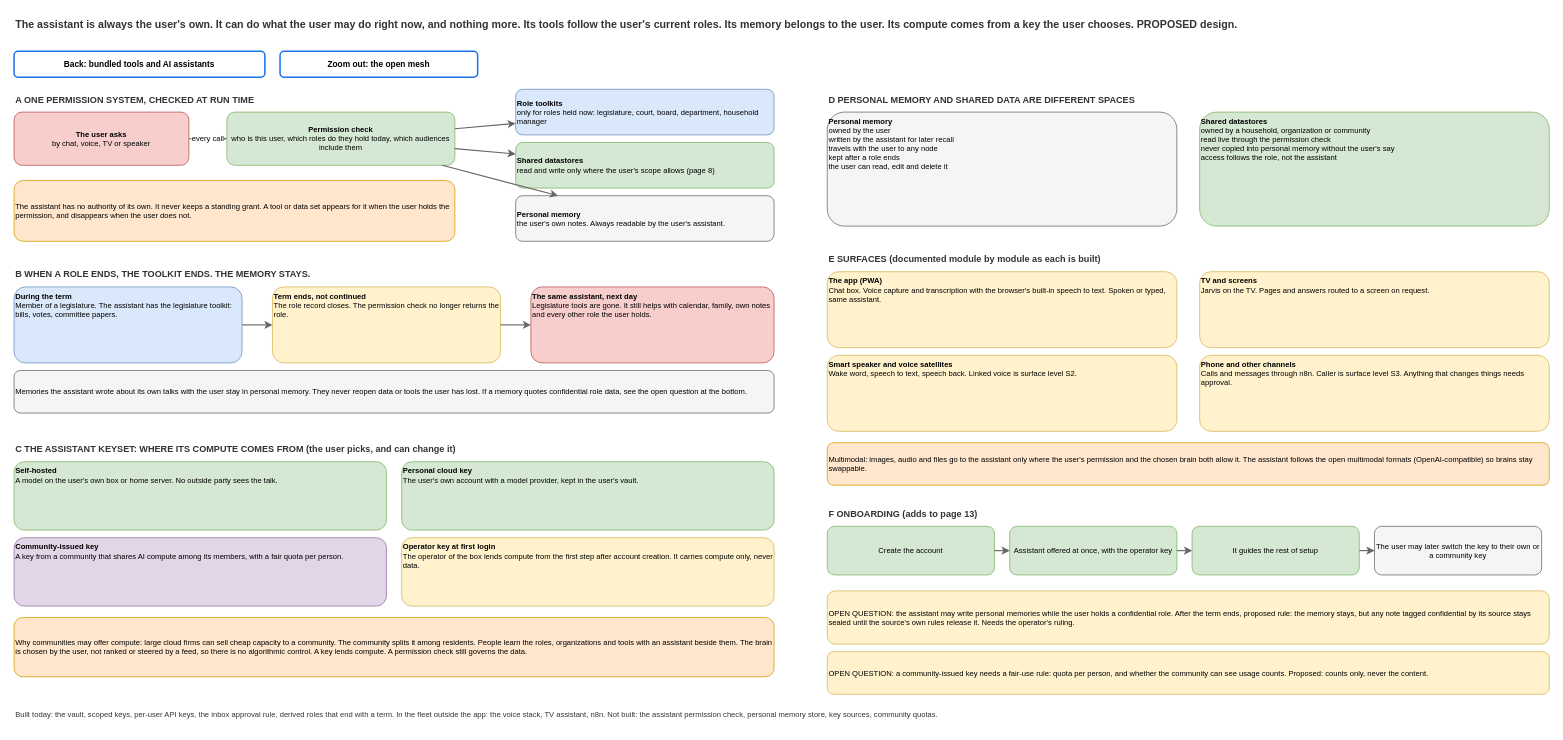
CosmopolitanCoalition/fair-constitution-app keeps this draw.io diagram as page "15 The personal assistant" (15 of 15) of docs/architecture/NODE_MESH_AND_DATA_SHARING.drawio. Above is the earlier version. Source tidied: cells renumbered, new cells numbered last; positions are measured from the earlier drawing's top-left corner, leaving out a move shared by most shapes. Both pictures are drawn from the tidied source at 76%, with x=0, y=0 at pixel (14, 13).
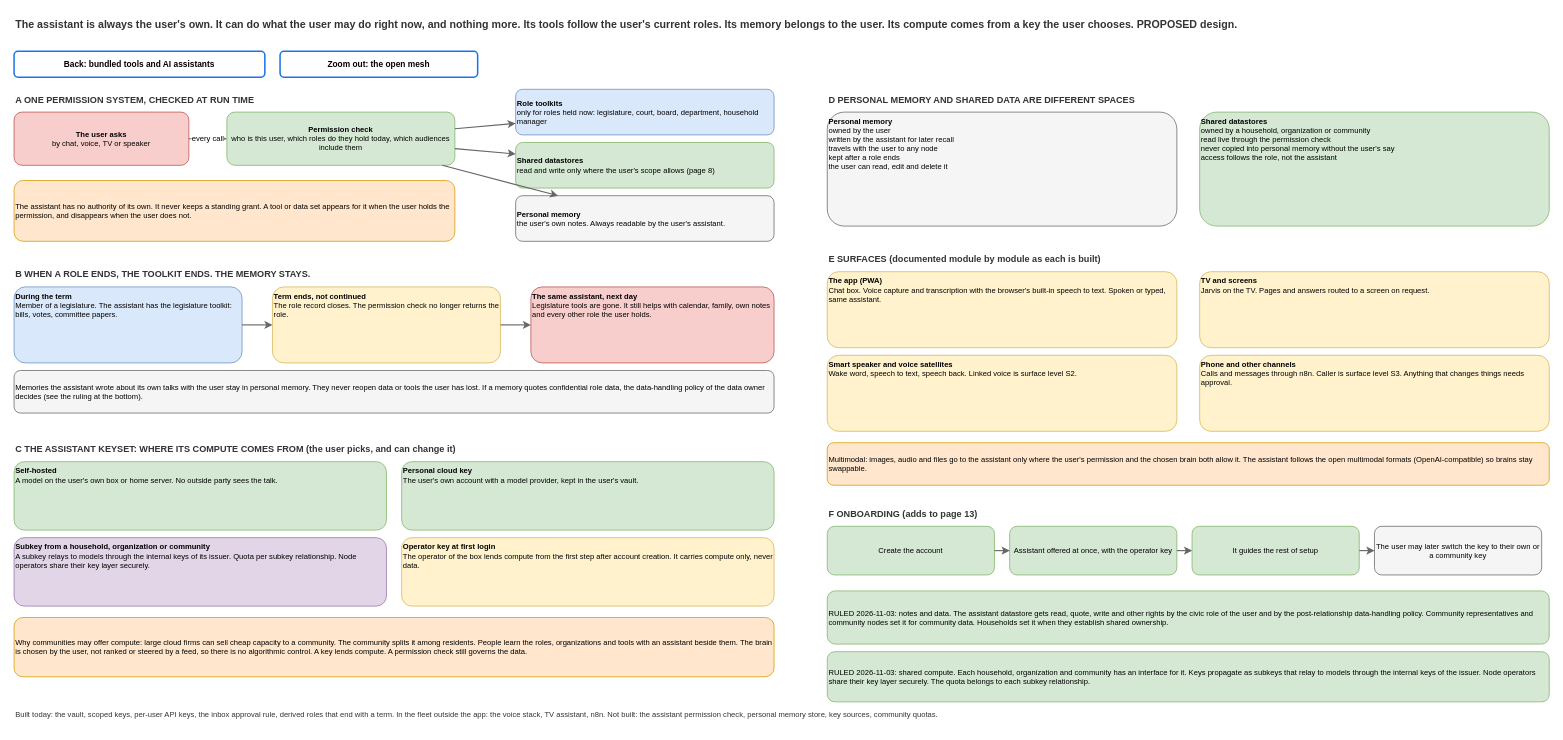
The same diagram, later.

Commit message (it also covers changes not shown here):
Record the two assistant rulings: permissions by civic role and owner policy; subkey sharing with per-subkey quota

The edit, as a diff of the source:
```diff
@@
-    <mxCell id="22" value="Memories the assistant wrote about its own talks with the user stay in personal memory. They never reopen data or tools the user has lost. If a memory quotes confidential role data, see the open question at the bottom." style="rounded=1;whiteSpace=wrap;html=1;fillColor=#f5f5f5;strokeColor=#666666;fontSize=10;align=left;verticalAlign=middle;" parent="1" vertex="1">
+    <mxCell id="22" value="Memories the assistant wrote about its own talks with the user stay in personal memory. They never reopen data or tools the user has lost. If a memory quotes confidential role data, the data-handling policy of the data owner decides (see the ruling at the bottom)." style="rounded=1;whiteSpace=wrap;html=1;fillColor=#f5f5f5;strokeColor=#666666;fontSize=10;align=left;verticalAlign=middle;" parent="1" vertex="1">
       <mxGeometry y="470" width="1000" height="56" as="geometry" />
     </mxCell>
@@
-    <mxCell id="26" value="&lt;b&gt;Community-issued key&lt;/b&gt;&lt;br&gt;A key from a community that shares AI compute among its members, with a fair quota per person." style="rounded=1;whiteSpace=wrap;html=1;fillColor=#e1d5e7;strokeColor=#9673a6;fontSize=10;align=left;verticalAlign=top;" parent="1" vertex="1">
+    <mxCell id="26" value="&lt;b&gt;Subkey from a household, organization or community&lt;/b&gt;&lt;br&gt;A subkey relays to models through the internal keys of its issuer. Quota per subkey relationship. Node operators share their key layer securely." style="rounded=1;whiteSpace=wrap;html=1;fillColor=#e1d5e7;strokeColor=#9673a6;fontSize=10;align=left;verticalAlign=top;" parent="1" vertex="1">
       <mxGeometry y="690" width="490" height="90" as="geometry" />
     </mxCell>
@@
-    <mxCell id="46" value="OPEN QUESTION: the assistant may write personal memories while the user holds a confidential role. After the term ends, proposed rule: the memory stays, but any note tagged confidential by its source stays sealed until the source's own rules release it. Needs the operator's ruling." style="rounded=1;whiteSpace=wrap;html=1;fillColor=#fff2cc;strokeColor=#d6b656;fontSize=10;align=left;verticalAlign=middle;" parent="1" vertex="1">
+    <mxCell id="46" value="RULED 2026-11-03: notes and data. The assistant datastore gets read, quote, write and other rights by the civic role of the user and by the post-relationship data-handling policy. Community representatives and community nodes set it for community data. Households set it when they establish shared ownership." style="rounded=1;whiteSpace=wrap;html=1;fillColor=#d5e8d4;strokeColor=#82b366;fontSize=10;align=left;verticalAlign=middle;" parent="1" vertex="1">
       <mxGeometry x="1070" y="760" width="950" height="70" as="geometry" />
     </mxCell>
-    <mxCell id="47" value="OPEN QUESTION: a community-issued key needs a fair-use rule: quota per person, and whether the community can see usage counts. Proposed: counts only, never the content." style="rounded=1;whiteSpace=wrap;html=1;fillColor=#fff2cc;strokeColor=#d6b656;fontSize=10;align=left;verticalAlign=middle;" parent="1" vertex="1">
-      <mxGeometry x="1070" y="840" width="950" height="56" as="geometry" />
+    <mxCell id="47" value="RULED 2026-11-03: shared compute. Each household, organization and community has an interface for it. Keys propagate as subkeys that relay to models through the internal keys of the issuer. Node operators share their key layer securely. The quota belongs to each subkey relationship." style="rounded=1;whiteSpace=wrap;html=1;fillColor=#d5e8d4;strokeColor=#82b366;fontSize=10;align=left;verticalAlign=middle;" parent="1" vertex="1">
+      <mxGeometry x="1070" y="840" width="950" height="66" as="geometry" />
     </mxCell>
```
